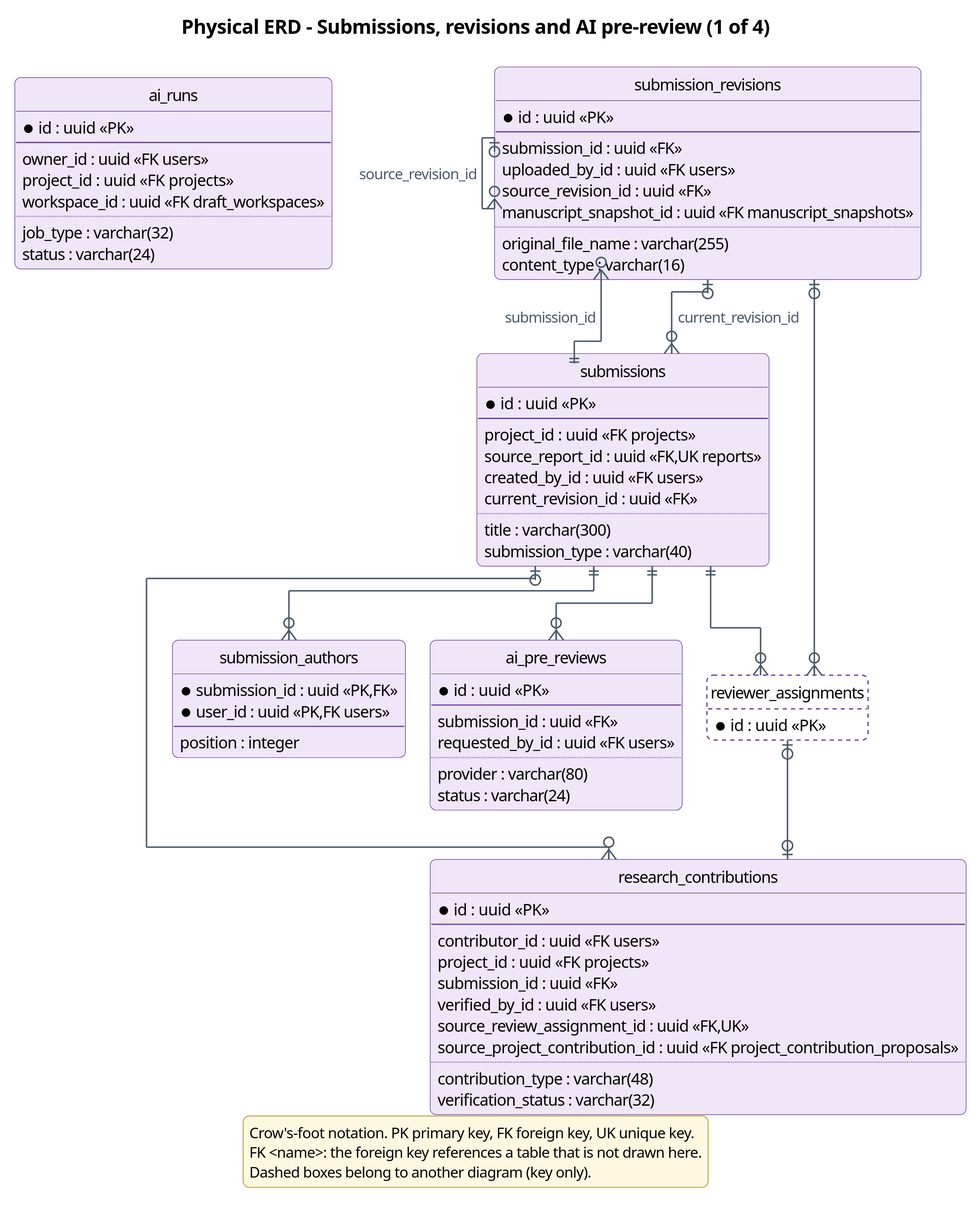
Earlier version of the PlantUML export docs/diagrams/report4/R4_ERD_review_a.svg (Khoa-Hoa-Technology-Solution-Company/lumi-gap). Its source is kept beside it as docs/diagrams/report4/R4_ERD_review_a.puml.
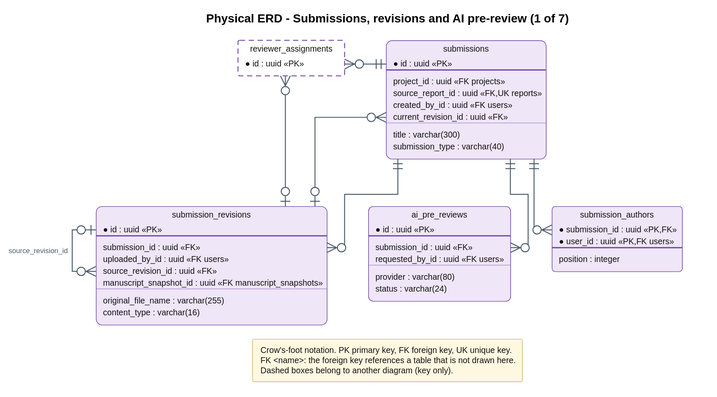
Above is the later version.

Change to the diagram source:
```diff
@@ -24,7 +24,7 @@
 skinparam stereotypeFontSize 10
 hide circle
 hide empty methods
-title Physical ERD - Submissions, revisions and AI pre-review (1 of 4)
+title Physical ERD - Submissions, revisions and AI pre-review (1 of 7)
 entity submissions #EFE6F8;line:6A3FA0 {
   * id : uuid <<PK>>
   --
@@ -62,38 +62,13 @@
   provider : varchar(80)
   status : varchar(24)
 }
-entity ai_runs #EFE6F8;line:6A3FA0 {
-  * id : uuid <<PK>>
-  --
-  owner_id : uuid <<FK users>>
-  project_id : uuid <<FK projects>>
-  workspace_id : uuid <<FK draft_workspaces>>
-  ..
-  job_type : varchar(32)
-  status : varchar(24)
-}
-entity research_contributions #EFE6F8;line:6A3FA0 {
-  * id : uuid <<PK>>
-  --
-  contributor_id : uuid <<FK users>>
-  project_id : uuid <<FK projects>>
-  submission_id : uuid <<FK>>
-  verified_by_id : uuid <<FK users>>
-  source_review_assignment_id : uuid <<FK,UK>>
-  source_project_contribution_id : uuid <<FK project_contribution_proposals>>
-  ..
-  contribution_type : varchar(48)
-  verification_status : varchar(32)
-}
 entity reviewer_assignments #FFFFFF;line:6A3FA0;line.dashed {
   * id : uuid <<PK>>
 }
-reviewer_assignments |o--o| research_contributions
 submission_revisions |o--o{ reviewer_assignments
 submission_revisions |o--o{ submission_revisions : source_revision_id
 submission_revisions |o--o{ submissions : current_revision_id
 submissions ||--o{ ai_pre_reviews
-submissions |o--o{ research_contributions
 submissions ||--o{ reviewer_assignments
 submissions ||--o{ submission_authors
 submissions ||--o{ submission_revisions : submission_id
```
